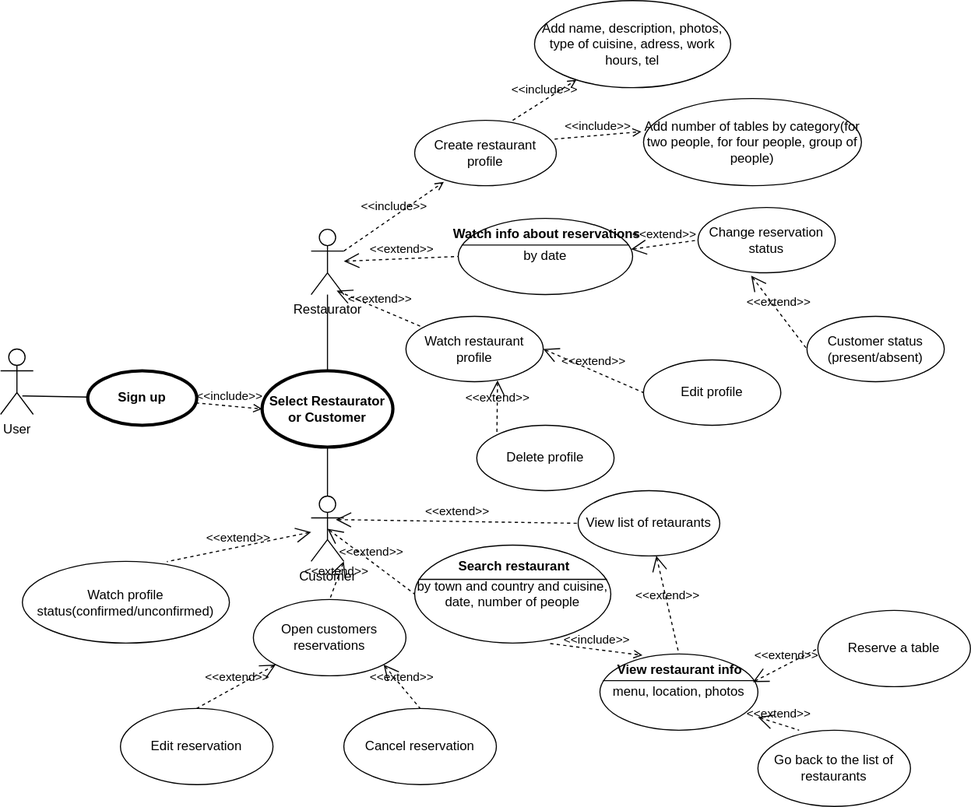
msemitkin/reserveat keeps this draw.io diagram as ReservEat.svg. Above is the earlier version. Source tidied: cells renumbered, new cells last; positions are measured from the earlier drawing's top-left corner, leaving out a move shared by most shapes.
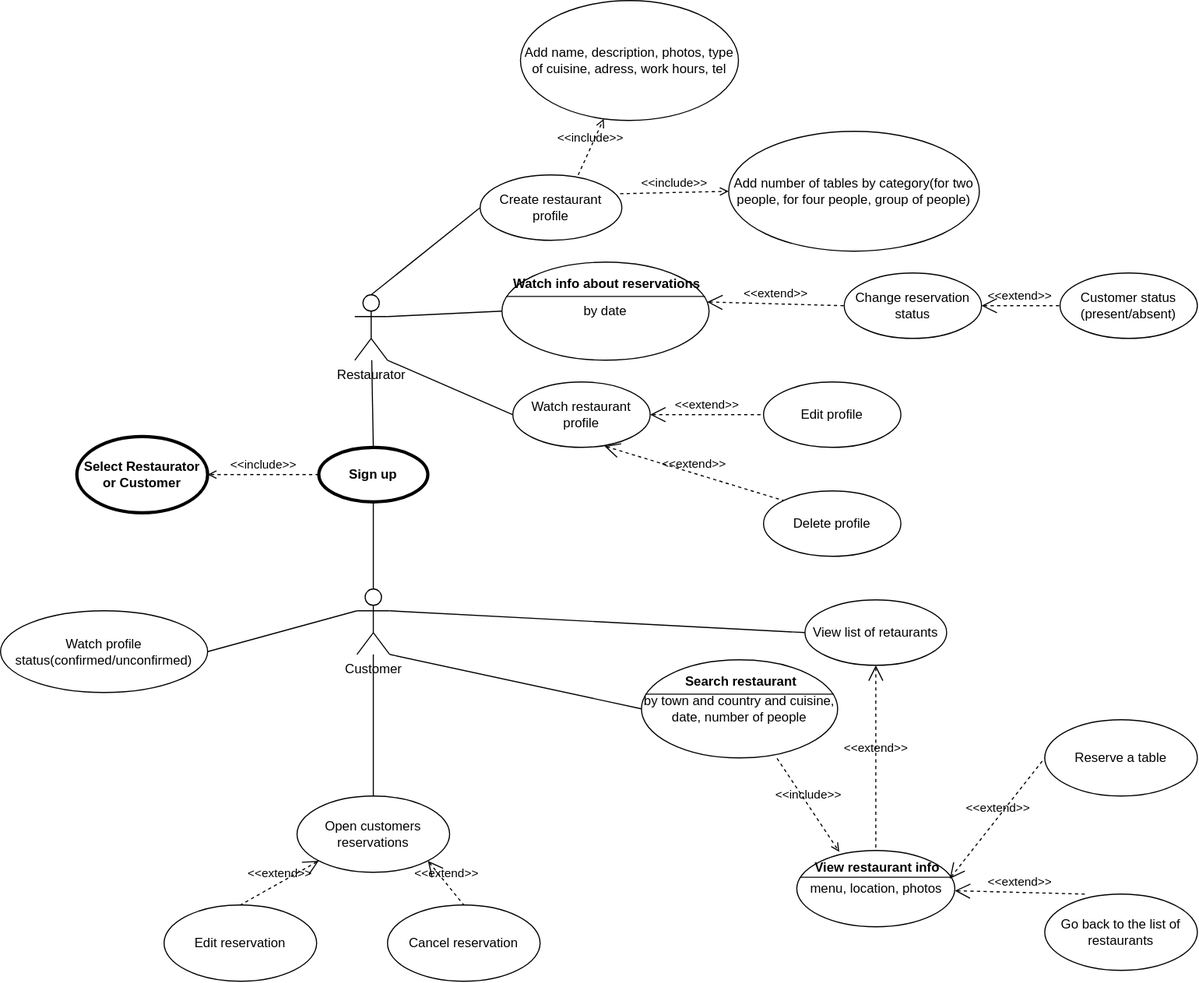
Above is the later version.

Commit message:
format use-case diagram

Diff of the diagram source:
```diff
@@ -3,51 +3,43 @@
     <mxCell id="0" />
     <mxCell id="1" parent="0" />
     <mxCell id="2" value="Sign up" style="shape=ellipse;html=1;strokeWidth=3;fontStyle=1;whiteSpace=wrap;align=center;perimeter=ellipsePerimeter;" parent="1" vertex="1">
-      <mxGeometry x="80" y="340" width="100" height="50" as="geometry" />
+      <mxGeometry x="252" y="350" width="100" height="50" as="geometry" />
     </mxCell>
     <mxCell id="3" value="Select Restaurator or Customer" style="shape=ellipse;html=1;strokeWidth=3;fontStyle=1;whiteSpace=wrap;align=center;perimeter=ellipsePerimeter;" parent="1" vertex="1">
-      <mxGeometry x="240" y="340" width="120" height="70" as="geometry" />
+      <mxGeometry x="30" y="340" width="120" height="70" as="geometry" />
     </mxCell>
-    <mxCell id="4" value="User" style="shape=umlActor;html=1;verticalLabelPosition=bottom;verticalAlign=top;align=center;" parent="1" vertex="1">
-      <mxGeometry y="320" width="30" height="60" as="geometry" />
-    </mxCell>
     <mxCell id="5" value="Restaurator" style="shape=umlActor;html=1;verticalLabelPosition=bottom;verticalAlign=top;align=center;" parent="1" vertex="1">
       <mxGeometry x="285" y="210" width="30" height="60" as="geometry" />
     </mxCell>
     <mxCell id="6" value="Customer" style="shape=umlActor;html=1;verticalLabelPosition=bottom;verticalAlign=top;align=center;" parent="1" vertex="1">
-      <mxGeometry x="285" y="455" width="30" height="60" as="geometry" />
+      <mxGeometry x="287" y="480" width="30" height="60" as="geometry" />
     </mxCell>
-    <mxCell id="7" value="&amp;lt;&amp;lt;include&amp;gt;&amp;gt;" style="edgeStyle=none;html=1;endArrow=open;verticalAlign=bottom;dashed=1;labelBackgroundColor=none;entryX=0;entryY=0.5;entryDx=0;entryDy=0;" parent="1" edge="1" source="2" target="3">
+    <mxCell id="7" value="&amp;lt;&amp;lt;include&amp;gt;&amp;gt;" style="edgeStyle=none;html=1;endArrow=open;verticalAlign=bottom;dashed=1;labelBackgroundColor=none;entryX=1;entryY=0.5;entryDx=0;entryDy=0;" parent="1" edge="1" source="2" target="3">
       <mxGeometry relative="1" as="geometry" />
     </mxCell>
-    <mxCell id="8" style="edgeStyle=none;html=1;endArrow=none;verticalAlign=bottom;" parent="1" edge="1" target="2">
-      <mxGeometry relative="1" as="geometry">
-        <mxPoint x="20" y="363" as="sourcePoint" />
-      </mxGeometry>
+    <mxCell id="8" style="edgeStyle=none;html=1;endArrow=none;verticalAlign=bottom;exitX=0.5;exitY=0;exitDx=0;exitDy=0;exitPerimeter=0;entryX=0.5;entryY=1;entryDx=0;entryDy=0;" parent="1" edge="1" source="6" target="2">
+      <mxGeometry relative="1" as="geometry" />
     </mxCell>
-    <mxCell id="9" style="edgeStyle=none;html=1;endArrow=none;verticalAlign=bottom;exitX=0.5;exitY=0;exitDx=0;exitDy=0;" parent="1" edge="1" source="3" target="5">
+    <mxCell id="9" style="edgeStyle=none;html=1;endArrow=none;verticalAlign=bottom;exitX=0.5;exitY=0;exitDx=0;exitDy=0;" parent="1" edge="1" source="2" target="5">
       <mxGeometry relative="1" as="geometry" />
     </mxCell>
-    <mxCell id="10" style="edgeStyle=none;html=1;endArrow=none;verticalAlign=bottom;entryX=0.5;entryY=0;entryDx=0;entryDy=0;entryPerimeter=0;exitX=0.5;exitY=1;exitDx=0;exitDy=0;" parent="1" edge="1" source="3" target="6">
-      <mxGeometry relative="1" as="geometry" />
-    </mxCell>
     <mxCell id="11" value="&amp;lt;&amp;lt;include&amp;gt;&amp;gt;" style="edgeStyle=none;html=1;endArrow=open;verticalAlign=bottom;dashed=1;labelBackgroundColor=none;exitX=0.691;exitY=1.005;exitDx=0;exitDy=0;exitPerimeter=0;entryX=0.269;entryY=0.017;entryDx=0;entryDy=0;entryPerimeter=0;" parent="1" edge="1" source="14" target="12">
       <mxGeometry relative="1" as="geometry" />
     </mxCell>
     <mxCell id="12" value="menu, location, photos" style="html=1;shape=mxgraph.sysml.useCaseExtPt;whiteSpace=wrap;align=center;" parent="1" vertex="1">
-      <mxGeometry x="550" y="600" width="145" height="70" as="geometry" />
+      <mxGeometry x="690.5" y="720" width="145" height="70" as="geometry" />
     </mxCell>
     <mxCell id="13" value="View restaurant info" style="html=1;verticalAlign=middle;align=center;labelBackgroundColor=none;fontStyle=1;" parent="12" vertex="1">
       <mxGeometry x="72.5" y="14.9" as="geometry" />
     </mxCell>
     <mxCell id="14" value="by town and country and cuisine, date, number of people" style="html=1;shape=mxgraph.sysml.useCaseExtPt;whiteSpace=wrap;align=center;" parent="1" vertex="1">
-      <mxGeometry x="380" y="500" width="180" height="90" as="geometry" />
+      <mxGeometry x="548" y="545" width="180" height="90" as="geometry" />
     </mxCell>
     <mxCell id="15" value="Search restaurant" style="html=1;verticalAlign=middle;align=center;labelBackgroundColor=none;fontStyle=1;" parent="14" vertex="1">
       <mxGeometry x="90" y="19.1" as="geometry" />
     </mxCell>
     <mxCell id="16" value="Go back to the list of restaurants" style="ellipse;whiteSpace=wrap;html=1;" parent="1" vertex="1">
-      <mxGeometry x="695" y="670" width="140" height="70" as="geometry" />
+      <mxGeometry x="918" y="760" width="140" height="70" as="geometry" />
     </mxCell>
     <mxCell id="17" value="&amp;lt;&amp;lt;extend&amp;gt;&amp;gt;" style="edgeStyle=none;html=1;startArrow=open;endArrow=none;startSize=12;verticalAlign=bottom;dashed=1;labelBackgroundColor=none;exitX=0.968;exitY=0.369;exitDx=0;exitDy=0;exitPerimeter=0;entryX=0;entryY=0.5;entryDx=0;entryDy=0;" parent="1" edge="1" source="12" target="19">
       <mxGeometry relative="1" as="geometry" />
@@ -56,23 +48,17 @@
       <mxGeometry relative="1" as="geometry" />
     </mxCell>
     <mxCell id="19" value="Reserve a table" style="ellipse;whiteSpace=wrap;html=1;" parent="1" vertex="1">
-      <mxGeometry x="750" y="560" width="140" height="70" as="geometry" />
+      <mxGeometry x="918" y="600" width="140" height="70" as="geometry" />
     </mxCell>
     <mxCell id="20" value="Open customers reservations" style="ellipse;whiteSpace=wrap;html=1;" parent="1" vertex="1">
-      <mxGeometry x="232" y="550" width="140" height="70" as="geometry" />
+      <mxGeometry x="232" y="670" width="140" height="70" as="geometry" />
     </mxCell>
     <mxCell id="21" value="Edit reservation" style="ellipse;whiteSpace=wrap;html=1;" parent="1" vertex="1">
-      <mxGeometry x="110" y="650" width="140" height="70" as="geometry" />
+      <mxGeometry x="110" y="770" width="140" height="70" as="geometry" />
     </mxCell>
     <mxCell id="22" value="Cancel reservation" style="ellipse;whiteSpace=wrap;html=1;" parent="1" vertex="1">
-      <mxGeometry x="315" y="650" width="140" height="70" as="geometry" />
+      <mxGeometry x="315" y="770" width="140" height="70" as="geometry" />
     </mxCell>
-    <mxCell id="23" value="&amp;lt;&amp;lt;extend&amp;gt;&amp;gt;" style="edgeStyle=none;html=1;startArrow=open;endArrow=none;startSize=12;verticalAlign=bottom;dashed=1;labelBackgroundColor=none;entryX=0;entryY=0.5;entryDx=0;entryDy=0;entryPerimeter=0;exitX=0.5;exitY=0.5;exitDx=0;exitDy=0;exitPerimeter=0;" parent="1" edge="1" source="6" target="14">
-      <mxGeometry relative="1" as="geometry" />
-    </mxCell>
-    <mxCell id="24" value="&amp;lt;&amp;lt;extend&amp;gt;&amp;gt;" style="edgeStyle=none;html=1;startArrow=open;endArrow=none;startSize=12;verticalAlign=bottom;dashed=1;labelBackgroundColor=none;entryX=0.5;entryY=0;entryDx=0;entryDy=0;exitX=1;exitY=1;exitDx=0;exitDy=0;exitPerimeter=0;" parent="1" edge="1" source="6" target="20">
-      <mxGeometry relative="1" as="geometry" />
-    </mxCell>
     <mxCell id="25" value="&amp;lt;&amp;lt;extend&amp;gt;&amp;gt;" style="edgeStyle=none;html=1;startArrow=open;endArrow=none;startSize=12;verticalAlign=bottom;dashed=1;labelBackgroundColor=none;entryX=0.5;entryY=0;entryDx=0;entryDy=0;exitX=1;exitY=1;exitDx=0;exitDy=0;" parent="1" edge="1" source="20" target="22">
       <mxGeometry relative="1" as="geometry" />
     </mxCell>
@@ -80,76 +66,82 @@
       <mxGeometry relative="1" as="geometry" />
     </mxCell>
     <mxCell id="27" value="by date" style="html=1;shape=mxgraph.sysml.useCaseExtPt;whiteSpace=wrap;align=center;" parent="1" vertex="1">
-      <mxGeometry x="420" y="200" width="160" height="70" as="geometry" />
+      <mxGeometry x="420" y="180" width="190" height="90" as="geometry" />
     </mxCell>
     <mxCell id="28" value="Watch info about reservations" style="html=1;verticalAlign=middle;align=center;labelBackgroundColor=none;fontStyle=1;" parent="27" vertex="1">
-      <mxGeometry x="80" y="14.9" as="geometry" />
+      <mxGeometry x="95" y="19.1" as="geometry" />
     </mxCell>
     <mxCell id="29" value="&amp;lt;&amp;lt;extend&amp;gt;&amp;gt;" style="edgeStyle=none;html=1;startArrow=open;endArrow=none;startSize=12;verticalAlign=bottom;dashed=1;labelBackgroundColor=none;entryX=0;entryY=0.5;entryDx=0;entryDy=0;exitX=0.991;exitY=0.406;exitDx=0;exitDy=0;exitPerimeter=0;" parent="1" edge="1" source="27" target="42">
       <mxGeometry relative="1" as="geometry" />
     </mxCell>
     <mxCell id="30" value="Create restaurant profile" style="ellipse;whiteSpace=wrap;html=1;" parent="1" vertex="1">
-      <mxGeometry x="380" y="110" width="130" height="60" as="geometry" />
+      <mxGeometry x="400" y="100" width="130" height="60" as="geometry" />
     </mxCell>
-    <mxCell id="31" value="&amp;lt;&amp;lt;include&amp;gt;&amp;gt;" style="edgeStyle=none;html=1;endArrow=open;verticalAlign=bottom;dashed=1;labelBackgroundColor=none;entryX=0.206;entryY=0.943;entryDx=0;entryDy=0;entryPerimeter=0;exitX=1;exitY=0.3333333333333333;exitDx=0;exitDy=0;exitPerimeter=0;" parent="1" edge="1" source="5" target="30">
-      <mxGeometry relative="1" as="geometry" />
-    </mxCell>
     <mxCell id="32" value="Add name, description, photos, type of cuisine, adress, work hours, tel" style="ellipse;whiteSpace=wrap;html=1;" parent="1" vertex="1">
-      <mxGeometry x="490" width="180" height="80" as="geometry" />
+      <mxGeometry x="437" y="-60" width="200" height="110" as="geometry" />
     </mxCell>
     <mxCell id="33" value="&amp;lt;&amp;lt;include&amp;gt;&amp;gt;" style="edgeStyle=none;html=1;endArrow=open;verticalAlign=bottom;dashed=1;labelBackgroundColor=none;exitX=0.692;exitY=0;exitDx=0;exitDy=0;exitPerimeter=0;" parent="1" edge="1" source="30" target="32">
       <mxGeometry relative="1" as="geometry" />
     </mxCell>
     <mxCell id="34" value="Watch restaurant profile" style="ellipse;whiteSpace=wrap;html=1;" parent="1" vertex="1">
-      <mxGeometry x="372" y="290" width="126" height="60" as="geometry" />
+      <mxGeometry x="430" y="290" width="126" height="60" as="geometry" />
     </mxCell>
     <mxCell id="35" value="Edit profile" style="ellipse;whiteSpace=wrap;html=1;" parent="1" vertex="1">
-      <mxGeometry x="590" y="330" width="126" height="60" as="geometry" />
+      <mxGeometry x="660" y="290" width="126" height="60" as="geometry" />
     </mxCell>
     <mxCell id="36" value="Add number of tables by category(for two people, for four people, group of people)" style="ellipse;whiteSpace=wrap;html=1;" parent="1" vertex="1">
-      <mxGeometry x="590" y="90" width="200" height="80" as="geometry" />
+      <mxGeometry x="628" y="60" width="230" height="110" as="geometry" />
     </mxCell>
-    <mxCell id="37" value="&amp;lt;&amp;lt;include&amp;gt;&amp;gt;" style="edgeStyle=none;html=1;endArrow=open;verticalAlign=bottom;dashed=1;labelBackgroundColor=none;entryX=-0.01;entryY=0.38;entryDx=0;entryDy=0;exitX=0.988;exitY=0.287;exitDx=0;exitDy=0;exitPerimeter=0;entryPerimeter=0;" parent="1" edge="1" source="30" target="36">
+    <mxCell id="37" value="&amp;lt;&amp;lt;include&amp;gt;&amp;gt;" style="edgeStyle=none;html=1;endArrow=open;verticalAlign=bottom;dashed=1;labelBackgroundColor=none;entryX=0;entryY=0.5;entryDx=0;entryDy=0;exitX=0.988;exitY=0.287;exitDx=0;exitDy=0;exitPerimeter=0;" parent="1" edge="1" source="30" target="36">
       <mxGeometry relative="1" as="geometry" />
     </mxCell>
-    <mxCell id="38" value="&amp;lt;&amp;lt;extend&amp;gt;&amp;gt;" style="edgeStyle=none;html=1;startArrow=open;endArrow=none;startSize=12;verticalAlign=bottom;dashed=1;labelBackgroundColor=none;exitX=0.78;exitY=0.94;exitDx=0;exitDy=0;exitPerimeter=0;" parent="1" edge="1" source="5" target="34">
-      <mxGeometry relative="1" as="geometry" />
-    </mxCell>
     <mxCell id="39" value="&amp;lt;&amp;lt;extend&amp;gt;&amp;gt;" style="edgeStyle=none;html=1;startArrow=open;endArrow=none;startSize=12;verticalAlign=bottom;dashed=1;labelBackgroundColor=none;exitX=1;exitY=0.5;exitDx=0;exitDy=0;entryX=0;entryY=0.5;entryDx=0;entryDy=0;" parent="1" edge="1" source="34" target="35">
       <mxGeometry relative="1" as="geometry" />
     </mxCell>
     <mxCell id="40" value="Delete profile" style="ellipse;whiteSpace=wrap;html=1;" parent="1" vertex="1">
-      <mxGeometry x="437" y="390" width="126" height="60" as="geometry" />
+      <mxGeometry x="660" y="390" width="126" height="60" as="geometry" />
     </mxCell>
     <mxCell id="41" value="&amp;lt;&amp;lt;extend&amp;gt;&amp;gt;" style="edgeStyle=none;html=1;startArrow=open;endArrow=none;startSize=12;verticalAlign=bottom;dashed=1;labelBackgroundColor=none;exitX=0.667;exitY=0.98;exitDx=0;exitDy=0;entryX=0;entryY=0;entryDx=0;entryDy=0;exitPerimeter=0;" parent="1" edge="1" source="34" target="40">
       <mxGeometry relative="1" as="geometry" />
     </mxCell>
     <mxCell id="42" value="Change reservation status" style="ellipse;whiteSpace=wrap;html=1;" parent="1" vertex="1">
-      <mxGeometry x="640" y="190" width="126" height="60" as="geometry" />
+      <mxGeometry x="734" y="190" width="126" height="60" as="geometry" />
     </mxCell>
-    <mxCell id="43" value="&amp;lt;&amp;lt;extend&amp;gt;&amp;gt;" style="edgeStyle=none;html=1;startArrow=open;endArrow=none;startSize=12;verticalAlign=bottom;dashed=1;labelBackgroundColor=none;entryX=0;entryY=0.5;entryDx=0;entryDy=0;entryPerimeter=0;" parent="1" edge="1" source="5" target="27">
-      <mxGeometry relative="1" as="geometry" />
-    </mxCell>
     <mxCell id="44" value="View list of retaurants" style="ellipse;whiteSpace=wrap;html=1;" parent="1" vertex="1">
-      <mxGeometry x="530" y="450" width="130" height="60" as="geometry" />
+      <mxGeometry x="698" y="490" width="130" height="60" as="geometry" />
     </mxCell>
     <mxCell id="45" value="Customer status (present/absent)" style="ellipse;whiteSpace=wrap;html=1;" parent="1" vertex="1">
-      <mxGeometry x="740" y="290" width="126" height="60" as="geometry" />
+      <mxGeometry x="932" y="190" width="126" height="60" as="geometry" />
     </mxCell>
-    <mxCell id="46" value="&amp;lt;&amp;lt;extend&amp;gt;&amp;gt;" style="edgeStyle=none;html=1;startArrow=open;endArrow=none;startSize=12;verticalAlign=bottom;dashed=1;labelBackgroundColor=none;entryX=0;entryY=0.5;entryDx=0;entryDy=0;exitX=0.387;exitY=1.043;exitDx=0;exitDy=0;exitPerimeter=0;" parent="1" edge="1" source="42" target="45">
+    <mxCell id="46" value="&amp;lt;&amp;lt;extend&amp;gt;&amp;gt;" style="edgeStyle=none;html=1;startArrow=open;endArrow=none;startSize=12;verticalAlign=bottom;dashed=1;labelBackgroundColor=none;entryX=0;entryY=0.5;entryDx=0;entryDy=0;exitX=1;exitY=0.5;exitDx=0;exitDy=0;" parent="1" edge="1" source="42" target="45">
       <mxGeometry relative="1" as="geometry" />
     </mxCell>
     <mxCell id="47" value="Watch profile status(confirmed/unconfirmed)" style="ellipse;whiteSpace=wrap;html=1;" parent="1" vertex="1">
-      <mxGeometry x="20" y="515" width="190" height="75" as="geometry" />
+      <mxGeometry x="-40" y="500" width="190" height="75" as="geometry" />
     </mxCell>
-    <mxCell id="48" value="&amp;lt;&amp;lt;extend&amp;gt;&amp;gt;" style="edgeStyle=none;html=1;startArrow=open;endArrow=none;startSize=12;verticalAlign=bottom;dashed=1;labelBackgroundColor=none;entryX=0.698;entryY=0.003;entryDx=0;entryDy=0;entryPerimeter=0;" parent="1" edge="1" source="6" target="47">
-      <mxGeometry relative="1" as="geometry" />
-    </mxCell>
+    <mxCell id="50" value="&amp;lt;&amp;lt;extend&amp;gt;&amp;gt;" style="edgeStyle=none;html=1;startArrow=open;endArrow=none;startSize=12;verticalAlign=bottom;dashed=1;labelBackgroundColor=none;entryX=0.5;entryY=0;entryDx=0;entryDy=0;entryPerimeter=0;" parent="1" edge="1" source="44" target="12">
+      <mxGeometry relative="1" as="geometry" />
+    </mxCell>
+    <mxCell id="51" style="endArrow=none;html=1;rounded=0;exitX=1;exitY=0.5;exitDx=0;exitDy=0;entryX=0;entryY=0.3333333333333333;entryDx=0;entryDy=0;entryPerimeter=0;" parent="1" edge="1" source="47" target="6">
+      <mxGeometry relative="1" as="geometry" />
+    </mxCell>
+    <mxCell id="52" style="endArrow=none;html=1;rounded=0;exitX=0.5;exitY=0;exitDx=0;exitDy=0;" parent="1" edge="1" source="20" target="6">
+      <mxGeometry relative="1" as="geometry" />
+    </mxCell>
+    <mxCell id="23" style="endArrow=none;html=1;rounded=0;exitX=1;exitY=1;exitDx=0;exitDy=0;entryX=0;entryY=0.5;entryDx=0;entryDy=0;entryPerimeter=0;exitPerimeter=0;" parent="1" edge="1" source="6" target="14">
+      <mxGeometry relative="1" as="geometry" />
+    </mxCell>
-    <mxCell id="49" value="&amp;lt;&amp;lt;extend&amp;gt;&amp;gt;" style="edgeStyle=none;html=1;startArrow=open;endArrow=none;startSize=12;verticalAlign=bottom;dashed=1;labelBackgroundColor=none;entryX=0;entryY=0.5;entryDx=0;entryDy=0;exitX=0.753;exitY=0.36;exitDx=0;exitDy=0;exitPerimeter=0;" parent="1" edge="1" source="6" target="44">
+    <mxCell id="49" style="endArrow=none;html=1;rounded=0;exitX=1;exitY=0.3333333333333333;exitDx=0;exitDy=0;entryX=0;entryY=0.5;entryDx=0;entryDy=0;exitPerimeter=0;" parent="1" edge="1" source="6" target="44">
       <mxGeometry relative="1" as="geometry" />
     </mxCell>
-    <mxCell id="50" value="&amp;lt;&amp;lt;extend&amp;gt;&amp;gt;" style="edgeStyle=none;html=1;startArrow=open;endArrow=none;startSize=12;verticalAlign=bottom;dashed=1;labelBackgroundColor=none;entryX=0.5;entryY=0;entryDx=0;entryDy=0;entryPerimeter=0;" parent="1" edge="1" source="44" target="12">
-      <mxGeometry relative="1" as="geometry" />
-    </mxCell>
+    <mxCell id="53" style="endArrow=none;html=1;rounded=0;exitX=0;exitY=0.5;exitDx=0;exitDy=0;entryX=0.5;entryY=0;entryDx=0;entryDy=0;entryPerimeter=0;" parent="1" edge="1" source="30" target="5">
+      <mxGeometry relative="1" as="geometry" />
+    </mxCell>
+    <mxCell id="43" style="endArrow=none;html=1;rounded=0;exitX=1;exitY=0.3333333333333333;exitDx=0;exitDy=0;entryX=0;entryY=0.5;entryDx=0;entryDy=0;entryPerimeter=0;exitPerimeter=0;" parent="1" edge="1" source="5" target="27">
+      <mxGeometry relative="1" as="geometry" />
+    </mxCell>
+    <mxCell id="38" style="endArrow=none;html=1;rounded=0;exitX=1;exitY=1;exitDx=0;exitDy=0;entryX=0;entryY=0.5;entryDx=0;entryDy=0;exitPerimeter=0;" parent="1" edge="1" source="5" target="34">
+      <mxGeometry relative="1" as="geometry" />
+    </mxCell>
   </root>
 </mxGraphModel>
```
